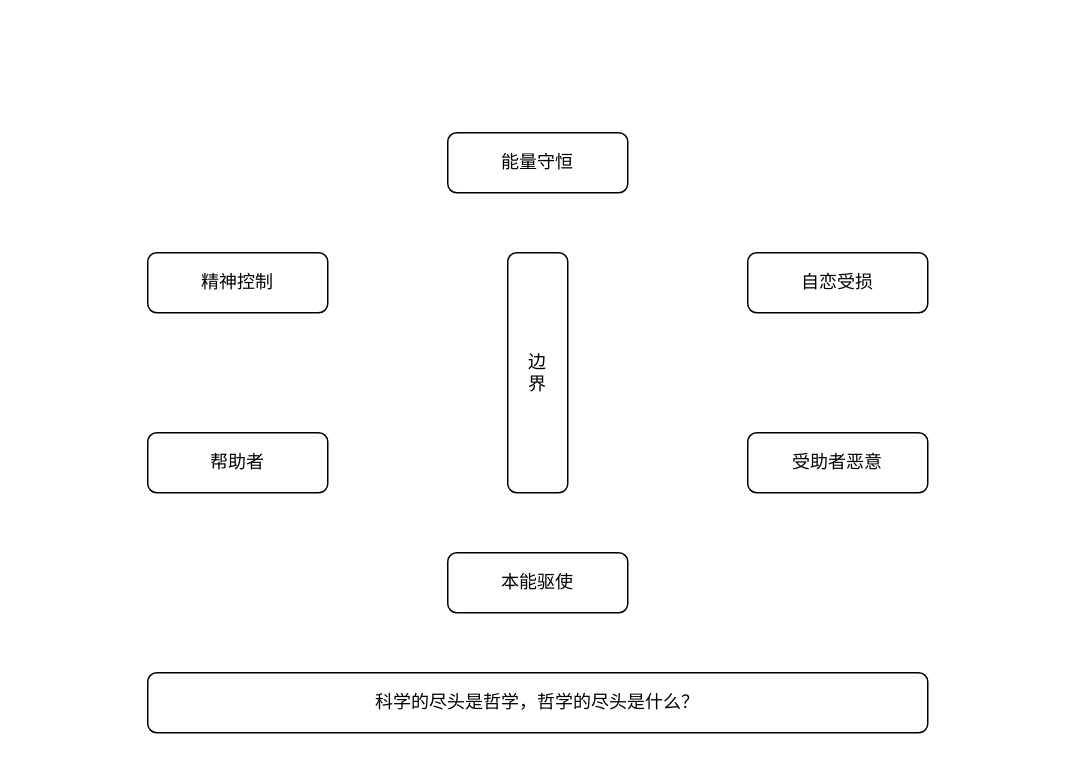
This is page "Philosophy" (7 of 8) of Fig_CS/Figure-Factory.drawio from jizhang02/Figure-Factory, a draw.io file, before an edit. Source tidied: cells renumbered, new cells numbered last; positions are measured from the earlier drawing's top-left corner, leaving out a move shared by most shapes. Both pictures are drawn from the tidied source at 150%, with x=0, y=0 at pixel (147, 132).
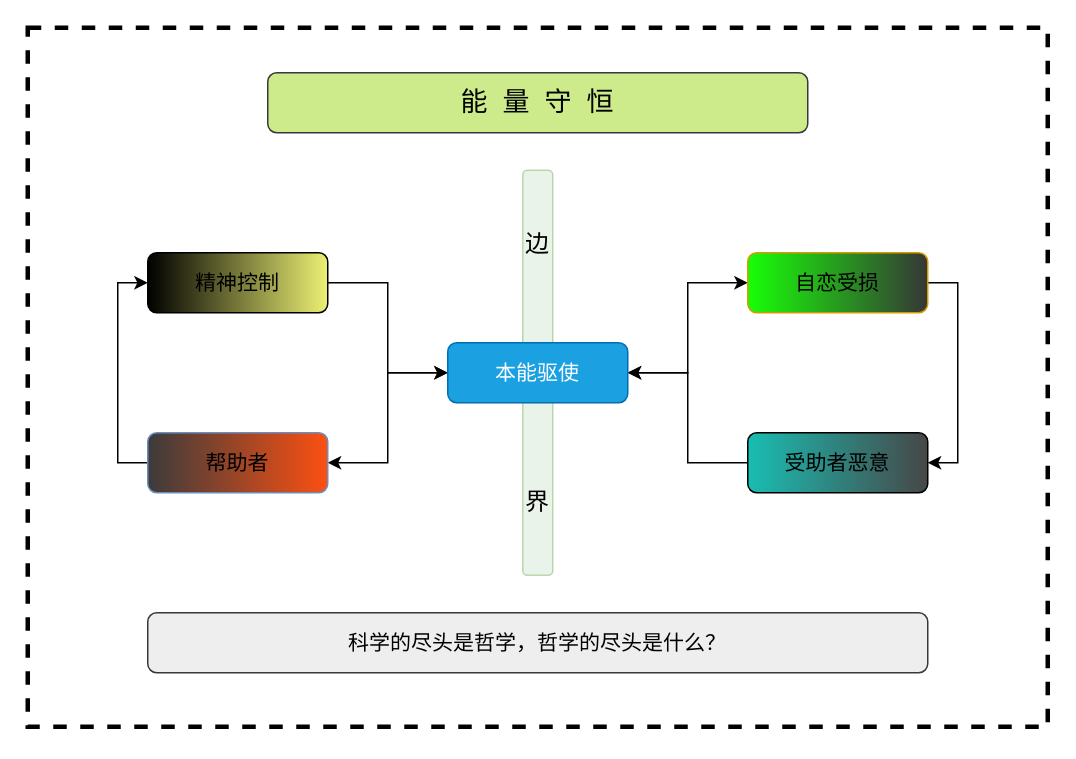
After the change.

The edit, as a diff of the source:
```diff
@@
 <mxGraphModel>
   <root>
     <mxCell id="0" />
     <mxCell id="1" parent="0" />
+    <mxCell id="10" style="rounded=0;whiteSpace=wrap;html=1;strokeColor=#000000;strokeWidth=3;fontSize=15;fillColor=none;dashed=1;" parent="1" vertex="1">
+      <mxGeometry x="-80" y="-70" width="680" height="466" as="geometry" />
+    </mxCell>
+    <mxCell id="11" style="edgeStyle=orthogonalEdgeStyle;rounded=0;jettySize=auto;html=1;entryX=1;entryY=0.5;entryDx=0;entryDy=0;startArrow=classic;startFill=1;" parent="1" edge="1" source="2" target="8">
+      <mxGeometry relative="1" as="geometry" />
+    </mxCell>
+    <mxCell id="12" style="edgeStyle=orthogonalEdgeStyle;rounded=0;jettySize=auto;html=1;exitX=1;exitY=0.5;exitDx=0;exitDy=0;entryX=1;entryY=0.5;entryDx=0;entryDy=0;" parent="1" edge="1" source="2" target="4">
+      <mxGeometry relative="1" as="geometry" />
+    </mxCell>
-    <mxCell id="2" value="自恋受损" style="rounded=1;whiteSpace=wrap;html=1;" parent="1" vertex="1">
+    <mxCell id="2" value="&lt;font style=&quot;font-size: 14px;&quot;&gt;自恋受损&lt;/font&gt;" style="rounded=1;whiteSpace=wrap;html=1;gradientDirection=east;fillColor=#18FF08;strokeColor=#d79b00;gradientColor=#363636;" parent="1" vertex="1">
       <mxGeometry x="400" y="80" width="120" height="40" as="geometry" />
     </mxCell>
-    <mxCell id="3" value="边&lt;br&gt;界" style="rounded=1;whiteSpace=wrap;html=1;" parent="1" vertex="1">
-      <mxGeometry x="240" y="80" width="40" height="160" as="geometry" />
+    <mxCell id="3" value="&lt;div style=&quot;text-align: justify;&quot;&gt;&lt;span style=&quot;font-size: medium; background-color: initial;&quot;&gt;边&lt;/span&gt;&lt;br&gt;&lt;/div&gt;&lt;div style=&quot;text-align: justify;&quot;&gt;&lt;span style=&quot;font-size: medium; background-color: initial;&quot;&gt;&lt;br&gt;&lt;/span&gt;&lt;/div&gt;&lt;div style=&quot;text-align: justify;&quot;&gt;&lt;span style=&quot;font-size: medium; background-color: initial;&quot;&gt;&lt;br&gt;&lt;/span&gt;&lt;/div&gt;&lt;div style=&quot;text-align: justify;&quot;&gt;&lt;span style=&quot;font-size: medium; background-color: initial;&quot;&gt;&lt;br&gt;&lt;/span&gt;&lt;/div&gt;&lt;div style=&quot;text-align: justify;&quot;&gt;&lt;span style=&quot;font-size: medium; background-color: initial;&quot;&gt;&lt;br&gt;&lt;/span&gt;&lt;/div&gt;&lt;div style=&quot;text-align: justify;&quot;&gt;&lt;span style=&quot;font-size: medium; background-color: initial;&quot;&gt;&lt;br&gt;&lt;/span&gt;&lt;/div&gt;&lt;div style=&quot;text-align: justify;&quot;&gt;&lt;span style=&quot;font-size: medium; background-color: initial;&quot;&gt;&lt;br&gt;&lt;/span&gt;&lt;/div&gt;&lt;div style=&quot;text-align: justify;&quot;&gt;&lt;span style=&quot;background-color: initial;&quot;&gt;&lt;font size=&quot;3&quot;&gt;&lt;br&gt;&lt;/font&gt;&lt;/span&gt;&lt;/div&gt;&lt;div style=&quot;text-align: justify;&quot;&gt;&lt;span style=&quot;background-color: initial;&quot;&gt;&lt;font size=&quot;3&quot;&gt;&lt;br&gt;&lt;/font&gt;&lt;/span&gt;&lt;/div&gt;&lt;div style=&quot;text-align: justify;&quot;&gt;&lt;span style=&quot;background-color: initial;&quot;&gt;&lt;font size=&quot;3&quot;&gt;界&lt;/font&gt;&lt;/span&gt;&lt;/div&gt;" style="rounded=1;whiteSpace=wrap;html=1;fillColor=#d5e8d4;strokeColor=#82b366;opacity=50;align=center;" parent="1" vertex="1">
+      <mxGeometry x="250" y="25" width="20" height="270" as="geometry" />
     </mxCell>
+    <mxCell id="13" style="edgeStyle=orthogonalEdgeStyle;rounded=0;jettySize=auto;html=1;entryX=1;entryY=0.5;entryDx=0;entryDy=0;" parent="1" edge="1" source="4" target="8">
+      <mxGeometry relative="1" as="geometry" />
+    </mxCell>
-    <mxCell id="4" value="受助者恶意" style="rounded=1;whiteSpace=wrap;html=1;" parent="1" vertex="1">
+    <mxCell id="4" value="&lt;font style=&quot;font-size: 14px;&quot;&gt;受助者恶意&lt;/font&gt;" style="rounded=1;whiteSpace=wrap;html=1;fillColor=#19BDB2;gradientColor=#474747;gradientDirection=east;" parent="1" vertex="1">
       <mxGeometry x="400" y="200" width="120" height="40" as="geometry" />
     </mxCell>
+    <mxCell id="14" style="edgeStyle=orthogonalEdgeStyle;rounded=0;jettySize=auto;html=1;entryX=0;entryY=0.5;entryDx=0;entryDy=0;" parent="1" edge="1" source="5" target="8">
+      <mxGeometry relative="1" as="geometry" />
+    </mxCell>
-    <mxCell id="5" value="精神控制" style="rounded=1;whiteSpace=wrap;html=1;" parent="1" vertex="1">
+    <mxCell id="5" value="&lt;font style=&quot;font-size: 14px;&quot;&gt;精神控制&lt;/font&gt;" style="rounded=1;whiteSpace=wrap;html=1;fillColor=#ECF073;gradientColor=default;gradientDirection=west;" parent="1" vertex="1">
       <mxGeometry y="80" width="120" height="40" as="geometry" />
     </mxCell>
+    <mxCell id="15" style="edgeStyle=orthogonalEdgeStyle;rounded=0;jettySize=auto;html=1;entryX=0;entryY=0.5;entryDx=0;entryDy=0;startArrow=classic;startFill=1;" parent="1" edge="1" source="6" target="8">
+      <mxGeometry relative="1" as="geometry" />
+    </mxCell>
+    <mxCell id="16" style="edgeStyle=orthogonalEdgeStyle;rounded=0;jettySize=auto;html=1;exitX=0;exitY=0.5;exitDx=0;exitDy=0;entryX=0;entryY=0.5;entryDx=0;entryDy=0;" parent="1" edge="1" source="6" target="5">
+      <mxGeometry relative="1" as="geometry" />
+    </mxCell>
-    <mxCell id="6" value="帮助者" style="rounded=1;whiteSpace=wrap;html=1;" parent="1" vertex="1">
+    <mxCell id="6" value="&lt;font style=&quot;font-size: 14px;&quot;&gt;帮助者&lt;/font&gt;" style="rounded=1;whiteSpace=wrap;html=1;fillColor=#FC5012;strokeColor=#6c8ebf;gradientColor=#3B3B3B;gradientDirection=west;" parent="1" vertex="1">
       <mxGeometry y="200" width="120" height="40" as="geometry" />
     </mxCell>
-    <mxCell id="7" value="能量守恒" style="rounded=1;whiteSpace=wrap;html=1;" parent="1" vertex="1">
-      <mxGeometry x="200" width="120" height="40" as="geometry" />
+    <mxCell id="7" value="&lt;div style=&quot;text-align: justify;&quot;&gt;&lt;span style=&quot;background-color: initial;&quot;&gt;&lt;font style=&quot;font-size: 18px;&quot;&gt;能&amp;nbsp; 量&amp;nbsp; 守&amp;nbsp; 恒&lt;/font&gt;&lt;/span&gt;&lt;/div&gt;" style="rounded=1;whiteSpace=wrap;html=1;fillColor=#cdeb8b;strokeColor=#36393d;" parent="1" vertex="1">
+      <mxGeometry x="80" y="-40" width="360" height="40" as="geometry" />
     </mxCell>
-    <mxCell id="8" value="本能驱使" style="rounded=1;whiteSpace=wrap;html=1;" parent="1" vertex="1">
-      <mxGeometry x="200" y="280" width="120" height="40" as="geometry" />
+    <mxCell id="8" value="&lt;font style=&quot;font-size: 14px;&quot;&gt;本能驱使&lt;/font&gt;" style="rounded=1;whiteSpace=wrap;html=1;fillColor=#1ba1e2;fontColor=#ffffff;strokeColor=#006EAF;" parent="1" vertex="1">
+      <mxGeometry x="200" y="140" width="120" height="40" as="geometry" />
     </mxCell>
-    <mxCell id="9" value="科学的尽头是哲学，哲学的尽头是什么？" style="rounded=1;whiteSpace=wrap;html=1;" parent="1" vertex="1">
-      <mxGeometry y="360" width="520" height="40" as="geometry" />
+    <mxCell id="9" value="&lt;font style=&quot;font-size: 14px;&quot;&gt;科学的尽头是哲学，哲学的尽头是什么？&lt;/font&gt;" style="rounded=1;whiteSpace=wrap;html=1;fillColor=#eeeeee;strokeColor=#36393d;" parent="1" vertex="1">
+      <mxGeometry y="320" width="520" height="40" as="geometry" />
     </mxCell>
   </root>
 </mxGraphModel>
```
